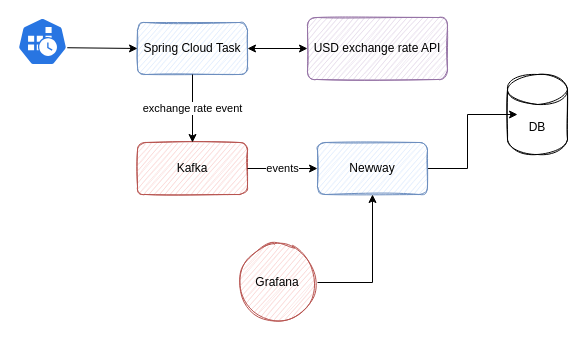
The draw.io diagram public/CronUSDSchema.drawio in crashteamdev/diagrams, before the edit. Source tidied: cells renumbered, new cells numbered last; positions are measured from the earlier drawing's top-left corner, leaving out a move shared by most shapes. Both pictures are drawn from the tidied source at 100%, with x=0, y=0 at pixel (17, 17).
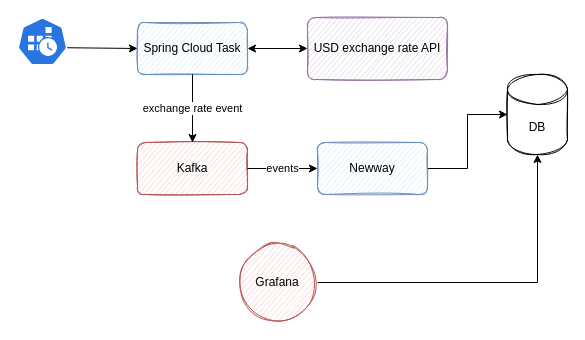
The same page after the edit.

What changed in the source:
```diff
@@
 <mxGraphModel>
   <root>
     <mxCell id="0" />
     <mxCell id="1" parent="0" />
     <mxCell id="2" style="sketch=0;html=1;dashed=0;whitespace=wrap;fillColor=#2875E2;strokeColor=#ffffff;points=[[0.005,0.63,0],[0.1,0.2,0],[0.9,0.2,0],[0.5,0,0],[0.995,0.63,0],[0.72,0.99,0],[0.5,1,0],[0.28,0.99,0]];shape=mxgraph.kubernetes.icon;prIcon=cronjob;" parent="1" vertex="1">
       <mxGeometry width="50" height="48" as="geometry" />
     </mxCell>
     <mxCell id="3" value="Spring Cloud Task" style="rounded=1;whiteSpace=wrap;html=1;sketch=1;fillColor=#dae8fc;strokeColor=#6c8ebf;" parent="1" vertex="1">
       <mxGeometry x="120" y="5" width="110" height="52" as="geometry" />
     </mxCell>
     <mxCell id="4" style="endArrow=classic;html=1;rounded=0;entryX=0;entryY=0.5;entryDx=0;entryDy=0;exitX=0.995;exitY=0.63;exitDx=0;exitDy=0;exitPerimeter=0;" parent="1" edge="1" source="2" target="3">
       <mxGeometry relative="1" as="geometry" />
     </mxCell>
     <mxCell id="5" value="USD exchange rate API" style="rounded=1;whiteSpace=wrap;html=1;sketch=1;fillColor=#e1d5e7;strokeColor=#9673a6;" parent="1" vertex="1">
       <mxGeometry x="290" width="140" height="62" as="geometry" />
     </mxCell>
     <mxCell id="6" style="endArrow=classic;startArrow=classic;html=1;rounded=0;entryX=0;entryY=0.5;entryDx=0;entryDy=0;exitX=1;exitY=0.5;exitDx=0;exitDy=0;" parent="1" edge="1" source="3" target="5">
       <mxGeometry relative="1" as="geometry" />
     </mxCell>
     <mxCell id="7" value="Kafka" style="rounded=1;whiteSpace=wrap;html=1;sketch=1;fillColor=#f8cecc;strokeColor=#b85450;" parent="1" vertex="1">
       <mxGeometry x="120" y="125" width="110" height="52" as="geometry" />
     </mxCell>
     <mxCell id="8" value="exchange rate event" style="endArrow=classic;html=1;rounded=0;exitX=0.5;exitY=1;exitDx=0;exitDy=0;entryX=0.5;entryY=0;entryDx=0;entryDy=0;" parent="1" edge="1" source="3" target="7">
       <mxGeometry relative="1" as="geometry" />
     </mxCell>
-    <mxCell id="9" style="edgeStyle=orthogonalEdgeStyle;rounded=0;jettySize=auto;html=1;exitX=1;exitY=0.5;exitDx=0;exitDy=0;entryX=0.167;entryY=0.5;entryDx=0;entryDy=0;entryPerimeter=0;" parent="1" edge="1" source="10" target="12">
+    <mxCell id="9" style="edgeStyle=orthogonalEdgeStyle;rounded=0;jettySize=auto;html=1;exitX=1;exitY=0.5;exitDx=0;exitDy=0;entryX=0;entryY=0.5;entryDx=0;entryDy=0;entryPerimeter=0;" parent="1" edge="1" source="10" target="12">
       <mxGeometry relative="1" as="geometry" />
     </mxCell>
     <mxCell id="10" value="Newway" style="rounded=1;whiteSpace=wrap;html=1;sketch=1;fillColor=#dae8fc;strokeColor=#6c8ebf;" parent="1" vertex="1">
       <mxGeometry x="300" y="125" width="110" height="52" as="geometry" />
     </mxCell>
     <mxCell id="11" value="events" style="endArrow=classic;html=1;rounded=0;entryX=0;entryY=0.5;entryDx=0;entryDy=0;exitX=1;exitY=0.5;exitDx=0;exitDy=0;" parent="1" edge="1" source="7" target="10">
       <mxGeometry relative="1" as="geometry" />
     </mxCell>
     <mxCell id="12" value="DB" style="shape=cylinder3;whiteSpace=wrap;html=1;boundedLbl=1;backgroundOutline=1;size=15;sketch=1;fillColor=none;" parent="1" vertex="1">
       <mxGeometry x="490" y="57" width="60" height="80" as="geometry" />
     </mxCell>
-    <mxCell id="13" style="edgeStyle=orthogonalEdgeStyle;rounded=0;jettySize=auto;html=1;exitX=1;exitY=0.5;exitDx=0;exitDy=0;" parent="1" edge="1" source="14" target="10">
+    <mxCell id="13" style="edgeStyle=orthogonalEdgeStyle;rounded=0;jettySize=auto;html=1;exitX=1;exitY=0.5;exitDx=0;exitDy=0;entryX=0.5;entryY=1;entryDx=0;entryDy=0;entryPerimeter=0;" parent="1" edge="1" source="14" target="12">
       <mxGeometry relative="1" as="geometry" />
     </mxCell>
     <mxCell id="14" value="Grafana" style="ellipse;whiteSpace=wrap;html=1;sketch=1;fillColor=#f8cecc;strokeColor=#b85450;" parent="1" vertex="1">
       <mxGeometry x="220" y="225" width="80" height="80" as="geometry" />
     </mxCell>
   </root>
 </mxGraphModel>
```
